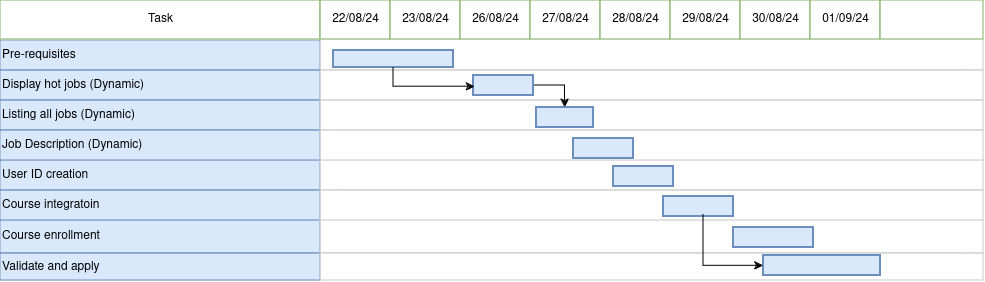
Meharaj-thoufik/Quality-Candidate-Recruit keeps this draw.io diagram as timeline/Untitled Diagram.drawio.png. Above is the earlier version. Source tidied: cells renumbered, new cells last; positions are measured from the earlier drawing's top-left corner, leaving out a move shared by most shapes.
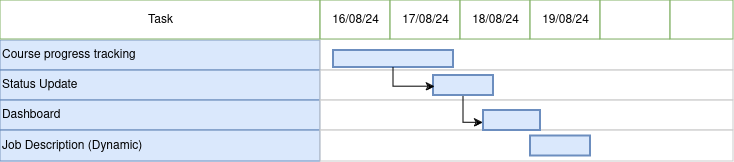
After the commit.

The edit, as a diff of the source:
```diff
@@ -2,111 +2,63 @@
   <root>
     <mxCell id="0" style="html=1;" />
     <mxCell id="1" style="html=1;" parent="0" />
-    <mxCell id="2" value="Pre-requisites" style="align=left;strokeColor=#6c8ebf;html=1;fillColor=#dae8fc;" parent="1" vertex="1">
+    <mxCell id="2" value="Course progress tracking" style="align=left;strokeColor=#6c8ebf;html=1;fillColor=#dae8fc;" parent="1" vertex="1">
       <mxGeometry y="40" width="320" height="30" as="geometry" />
     </mxCell>
     <mxCell id="3" value="Task" style="strokeWidth=1;fontStyle=0;html=1;strokeColor=#82B366;" parent="1" vertex="1">
       <mxGeometry width="320" height="39" as="geometry" />
     </mxCell>
     <mxCell id="4" style="align=left;strokeColor=#CCCCCC;html=1;" parent="1" vertex="1">
-      <mxGeometry x="320" y="39" width="663" height="31" as="geometry" />
+      <mxGeometry x="320" y="39" width="413" height="31" as="geometry" />
     </mxCell>
-    <mxCell id="5" value="22/08/24" style="strokeWidth=1;fontStyle=0;html=1;strokeColor=#82B366;" parent="1" vertex="1">
+    <mxCell id="5" value="16/08/24" style="strokeWidth=1;fontStyle=0;html=1;strokeColor=#82B366;" parent="1" vertex="1">
       <mxGeometry x="320" width="70" height="39" as="geometry" />
     </mxCell>
-    <mxCell id="6" value="23/08/24" style="strokeWidth=1;fontStyle=0;html=1;strokeColor=#82B366;" parent="1" vertex="1">
+    <mxCell id="6" value="17/08/24" style="strokeWidth=1;fontStyle=0;html=1;strokeColor=#82B366;" parent="1" vertex="1">
       <mxGeometry x="390" width="70" height="39" as="geometry" />
     </mxCell>
-    <mxCell id="7" value="26/08/24" style="strokeWidth=1;fontStyle=0;html=1;strokeColor=#82B366;" parent="1" vertex="1">
+    <mxCell id="7" value="18/08/24" style="strokeWidth=1;fontStyle=0;html=1;strokeColor=#82B366;" parent="1" vertex="1">
       <mxGeometry x="460" width="70" height="39" as="geometry" />
     </mxCell>
-    <mxCell id="8" value="27/08/24" style="strokeWidth=1;fontStyle=0;html=1;strokeColor=#82B366;" parent="1" vertex="1">
+    <mxCell id="8" value="19/08/24" style="strokeWidth=1;fontStyle=0;html=1;strokeColor=#82B366;" parent="1" vertex="1">
       <mxGeometry x="530" width="70" height="39" as="geometry" />
     </mxCell>
-    <mxCell id="9" value="28/08/24" style="strokeWidth=1;fontStyle=0;html=1;strokeColor=#82B366;" parent="1" vertex="1">
+    <mxCell id="9" style="strokeWidth=1;fontStyle=0;html=1;strokeColor=#82B366;" parent="1" vertex="1">
       <mxGeometry x="600" width="70" height="39" as="geometry" />
     </mxCell>
-    <mxCell id="10" value="29/08/24" style="strokeWidth=1;fontStyle=0;html=1;strokeColor=#82B366;" parent="1" vertex="1">
-      <mxGeometry x="670" width="70" height="39" as="geometry" />
-    </mxCell>
-    <mxCell id="11" value="30/08/24" style="strokeWidth=1;fontStyle=0;html=1;strokeColor=#82B366;" parent="1" vertex="1">
-      <mxGeometry x="740" width="70" height="39" as="geometry" />
-    </mxCell>
-    <mxCell id="12" value="01/09/24" style="strokeWidth=1;fontStyle=0;html=1;strokeColor=#82B366;" parent="1" vertex="1">
-      <mxGeometry x="810" width="70" height="39" as="geometry" />
-    </mxCell>
-    <mxCell id="13" style="strokeWidth=1;fontStyle=0;html=1;strokeColor=#82B366;" parent="1" vertex="1">
-      <mxGeometry x="880" width="103" height="39" as="geometry" />
-    </mxCell>
     <mxCell id="14" style="whiteSpace=wrap;html=1;strokeWidth=2;fillColor=#dae8fc;fontSize=14;align=center;strokeColor=#6c8ebf;" parent="1" vertex="1">
       <mxGeometry x="333" y="50" width="120" height="17" as="geometry" />
     </mxCell>
-    <mxCell id="15" value="Display hot jobs (Dynamic)&lt;span style=&quot;white-space: pre;&quot;&gt;&#9;&lt;/span&gt;&lt;span style=&quot;white-space: pre;&quot;&gt;&#9;&lt;/span&gt;" style="align=left;strokeColor=#6c8ebf;html=1;fillColor=#dae8fc;" parent="1" vertex="1">
+    <mxCell id="15" value="Status Update" style="align=left;strokeColor=#6c8ebf;html=1;fillColor=#dae8fc;" parent="1" vertex="1">
       <mxGeometry y="70" width="320" height="30" as="geometry" />
     </mxCell>
-    <mxCell id="16" value="Listing all jobs (Dynamic)" style="align=left;strokeColor=#6c8ebf;html=1;fillColor=#dae8fc;" parent="1" vertex="1">
+    <mxCell id="16" value="Dashboard " style="align=left;strokeColor=#6c8ebf;html=1;fillColor=#dae8fc;" parent="1" vertex="1">
       <mxGeometry y="100" width="320" height="30" as="geometry" />
     </mxCell>
     <mxCell id="17" value="Job Description (Dynamic)" style="align=left;strokeColor=#6c8ebf;html=1;fillColor=#dae8fc;" parent="1" vertex="1">
       <mxGeometry y="130" width="320" height="31" as="geometry" />
     </mxCell>
-    <mxCell id="18" value="User ID creation" style="align=left;strokeColor=#6c8ebf;html=1;fillColor=#dae8fc;" parent="1" vertex="1">
-      <mxGeometry y="160" width="320" height="30" as="geometry" />
-    </mxCell>
-    <mxCell id="19" value="Course integratoin" style="align=left;strokeColor=#6c8ebf;html=1;fillColor=#dae8fc;" parent="1" vertex="1">
-      <mxGeometry y="190" width="320" height="31" as="geometry" />
-    </mxCell>
-    <mxCell id="20" value="Course enrollment" style="align=left;strokeColor=#6c8ebf;html=1;fillColor=#dae8fc;" parent="1" vertex="1">
-      <mxGeometry y="220" width="320" height="33" as="geometry" />
-    </mxCell>
-    <mxCell id="21" value="Validate and apply" style="align=left;strokeColor=#6c8ebf;html=1;fillColor=#dae8fc;" parent="1" vertex="1">
-      <mxGeometry y="253" width="320" height="27" as="geometry" />
-    </mxCell>
     <mxCell id="22" style="align=left;strokeColor=#CCCCCC;html=1;" parent="1" vertex="1">
-      <mxGeometry x="320" y="70" width="663" height="30" as="geometry" />
+      <mxGeometry x="320" y="70" width="413" height="30" as="geometry" />
     </mxCell>
     <mxCell id="23" style="align=left;strokeColor=#CCCCCC;html=1;" parent="1" vertex="1">
-      <mxGeometry x="320" y="100" width="663" height="30" as="geometry" />
+      <mxGeometry x="320" y="100" width="413" height="30" as="geometry" />
     </mxCell>
     <mxCell id="24" style="align=left;strokeColor=#CCCCCC;html=1;" parent="1" vertex="1">
-      <mxGeometry x="320" y="130" width="663" height="31" as="geometry" />
+      <mxGeometry x="320" y="130" width="413" height="31" as="geometry" />
     </mxCell>
-    <mxCell id="25" style="align=left;strokeColor=#CCCCCC;html=1;" parent="1" vertex="1">
-      <mxGeometry x="320" y="160" width="663" height="30" as="geometry" />
-    </mxCell>
-    <mxCell id="26" style="align=left;strokeColor=#CCCCCC;html=1;" parent="1" vertex="1">
-      <mxGeometry x="320" y="190" width="663" height="31" as="geometry" />
-    </mxCell>
-    <mxCell id="27" style="align=left;strokeColor=#CCCCCC;html=1;" parent="1" vertex="1">
-      <mxGeometry x="320" y="220" width="663" height="33" as="geometry" />
-    </mxCell>
-    <mxCell id="28" style="align=left;strokeColor=#CCCCCC;html=1;" parent="1" vertex="1">
-      <mxGeometry x="320" y="253" width="663" height="27" as="geometry" />
-    </mxCell>
-    <mxCell id="29" style="edgeStyle=orthogonalEdgeStyle;rounded=0;jettySize=auto;html=1;" parent="1" edge="1" source="30" target="31">
+    <mxCell id="29" style="edgeStyle=orthogonalEdgeStyle;rounded=0;jettySize=auto;html=1;entryX=-0.005;entryY=0.615;entryDx=0;entryDy=0;entryPerimeter=0;" parent="1" edge="1" source="30" target="31">
       <mxGeometry relative="1" as="geometry" />
     </mxCell>
     <mxCell id="30" style="whiteSpace=wrap;html=1;strokeWidth=2;fillColor=#dae8fc;fontSize=14;align=center;strokeColor=#6c8ebf;" parent="1" vertex="1">
-      <mxGeometry x="473" y="75" width="60" height="20" as="geometry" />
+      <mxGeometry x="433" y="75" width="60" height="20" as="geometry" />
     </mxCell>
     <mxCell id="31" style="whiteSpace=wrap;html=1;strokeWidth=2;fillColor=#dae8fc;fontSize=14;align=center;strokeColor=#6c8ebf;" parent="1" vertex="1">
-      <mxGeometry x="536" y="107" width="57" height="20" as="geometry" />
+      <mxGeometry x="483" y="110" width="57" height="20" as="geometry" />
     </mxCell>
     <mxCell id="32" style="whiteSpace=wrap;html=1;strokeWidth=2;fillColor=#dae8fc;fontSize=14;align=center;strokeColor=#6c8ebf;" parent="1" vertex="1">
-      <mxGeometry x="573" y="138" width="60" height="20" as="geometry" />
+      <mxGeometry x="530" y="135.5" width="60" height="20" as="geometry" />
     </mxCell>
-    <mxCell id="33" style="whiteSpace=wrap;html=1;strokeWidth=2;fillColor=#dae8fc;fontSize=14;align=center;strokeColor=#6c8ebf;" parent="1" vertex="1">
-      <mxGeometry x="613" y="166" width="60" height="20" as="geometry" />
-    </mxCell>
-    <mxCell id="34" style="whiteSpace=wrap;html=1;strokeWidth=2;fillColor=#dae8fc;fontSize=14;align=center;strokeColor=#6c8ebf;" parent="1" vertex="1">
-      <mxGeometry x="663" y="196" width="70" height="20" as="geometry" />
-    </mxCell>
-    <mxCell id="35" style="whiteSpace=wrap;html=1;strokeWidth=2;fillColor=#dae8fc;fontSize=14;align=center;strokeColor=#6c8ebf;" parent="1" vertex="1">
-      <mxGeometry x="733" y="227" width="80" height="20" as="geometry" />
-    </mxCell>
-    <mxCell id="36" style="whiteSpace=wrap;html=1;strokeWidth=2;fillColor=#dae8fc;fontSize=14;align=center;strokeColor=#6c8ebf;" parent="1" vertex="1">
-      <mxGeometry x="763" y="255" width="117" height="20" as="geometry" />
-    </mxCell>
     <mxCell id="37" style="edgeStyle=orthogonalEdgeStyle;rounded=0;jettySize=auto;html=1;entryX=0.021;entryY=0.558;entryDx=0;entryDy=0;entryPerimeter=0;" parent="1" edge="1" source="14" target="30">
       <mxGeometry relative="1" as="geometry">
         <Array as="points">
@@ -114,12 +66,8 @@
         </Array>
       </mxGeometry>
     </mxCell>
-    <mxCell id="38" style="edgeStyle=orthogonalEdgeStyle;rounded=0;jettySize=auto;html=1;entryX=-0.002;entryY=0.517;entryDx=0;entryDy=0;entryPerimeter=0;exitX=0.571;exitY=0.925;exitDx=0;exitDy=0;exitPerimeter=0;" parent="1" edge="1" source="34" target="36">
-      <mxGeometry relative="1" as="geometry">
-        <Array as="points">
-          <mxPoint x="703" y="265" />
-        </Array>
-      </mxGeometry>
-    </mxCell>
+    <mxCell id="39" style="strokeWidth=1;fontStyle=0;html=1;strokeColor=#82B366;" parent="1" vertex="1">
+      <mxGeometry x="670" width="63" height="39" as="geometry" />
+    </mxCell>
   </root>
 </mxGraphModel>
```
